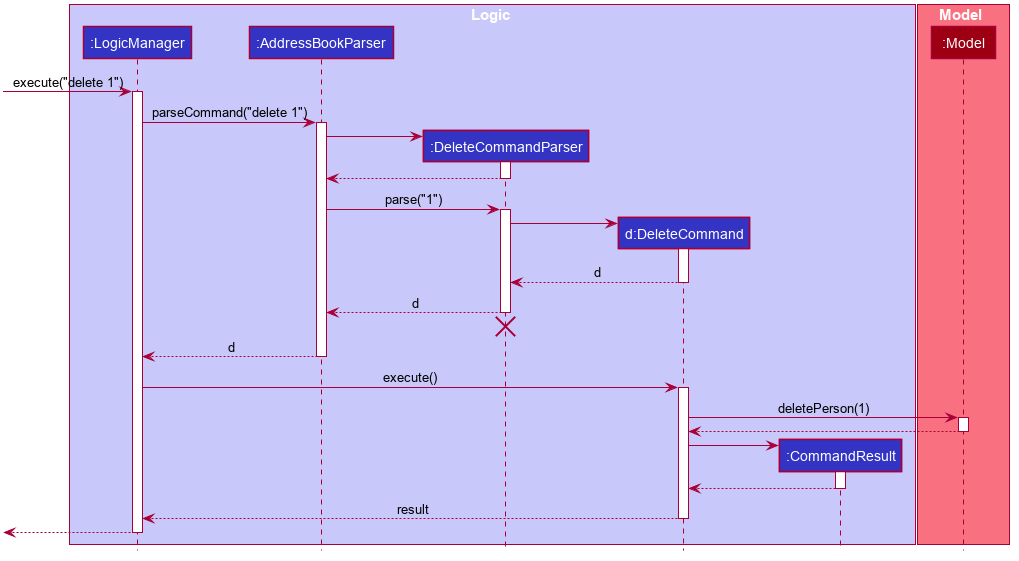
Before: docs/images/DeleteSequenceDiagram.png, a diagram exported from PlantUML (nus-cs2103-AY2223S2/tp).
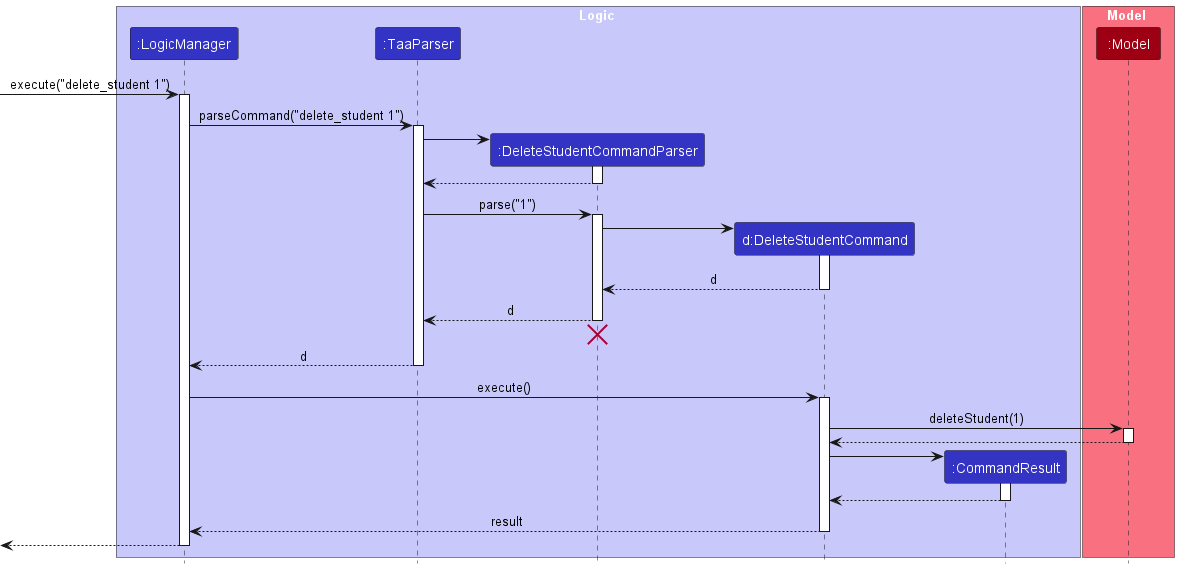
Above is the later version.

What changed in the source:
```diff
@@ -1,114 +1,67 @@
 @startuml
+!include style.puml
 
-
-
-
-
-
-
-
-skinparam BackgroundColor #FFFFFFF
-
-skinparam Shadowing false
-
-skinparam Class {
-    FontColor #FFFFFF
-    BorderThickness 1
-    BorderColor #FFFFFF
-    StereotypeFontColor #FFFFFF
-    FontName Arial
-}
-
-skinparam Actor {
-    BorderColor #000000
-    Color #000000
-    FontName Arial
-}
-
-skinparam Sequence {
-    MessageAlign center
-    BoxFontSize 15
-    BoxPadding 0
-    BoxFontColor #FFFFFF
-    FontName Arial
-}
-
-skinparam Participant {
-    FontColor #FFFFFFF
-    Padding 20
-}
-
-skinparam MinClassWidth 50
-skinparam ParticipantPadding 10
-skinparam Shadowing false
-skinparam DefaultTextAlignment center
-skinparam packageStyle Rectangle
-
-hide footbox
-hide members
-hide circle
-
-box Logic #C8C8FA
-participant ":LogicManager" as LogicManager #3333C4
-participant ":AddressBookParser" as AddressBookParser #3333C4
-participant ":DeleteCommandParser" as DeleteCommandParser #3333C4
-participant "d:DeleteCommand" as DeleteCommand #3333C4
-participant ":CommandResult" as CommandResult #3333C4
+box Logic LOGIC_COLOR_T1
+participant ":LogicManager" as LogicManager LOGIC_COLOR
+participant ":TaaParser" as TaaParser LOGIC_COLOR
+participant ":DeleteStudentCommandParser" as DeleteStudentCommandParser LOGIC_COLOR
+participant "d:DeleteStudentCommand" as DeleteStudentCommand LOGIC_COLOR
+participant ":CommandResult" as CommandResult LOGIC_COLOR
 end box
 
-box Model #F97181
-participant ":Model" as Model #9D0012
+box Model MODEL_COLOR_T1
+participant ":Model" as Model MODEL_COLOR
 end box
 
-[-> LogicManager : execute("delete 1")
+[-> LogicManager : execute("delete_student 1")
 activate LogicManager
 
-LogicManager -> AddressBookParser : parseCommand("delete 1")
-activate AddressBookParser
+LogicManager -> TaaParser : parseCommand("delete_student 1")
+activate TaaParser
 
-create DeleteCommandParser
-AddressBookParser -> DeleteCommandParser
-activate DeleteCommandParser
+create DeleteStudentCommandParser
+TaaParser -> DeleteStudentCommandParser
+activate DeleteStudentCommandParser
 
-DeleteCommandParser --> AddressBookParser
-deactivate DeleteCommandParser
+DeleteStudentCommandParser --> TaaParser
+deactivate DeleteStudentCommandParser
 
-AddressBookParser -> DeleteCommandParser : parse("1")
-activate DeleteCommandParser
+TaaParser -> DeleteStudentCommandParser : parse("1")
+activate DeleteStudentCommandParser
 
-create DeleteCommand
-DeleteCommandParser -> DeleteCommand
-activate DeleteCommand
+create DeleteStudentCommand
+DeleteStudentCommandParser -> DeleteStudentCommand
+activate DeleteStudentCommand
 
-DeleteCommand --> DeleteCommandParser : d
-deactivate DeleteCommand
+DeleteStudentCommand --> DeleteStudentCommandParser : d
+deactivate DeleteStudentCommand
 
-DeleteCommandParser --> AddressBookParser : d
-deactivate DeleteCommandParser
-DeleteCommandParser -[hidden]-> AddressBookParser
-destroy DeleteCommandParser
+DeleteStudentCommandParser --> TaaParser : d
+deactivate DeleteStudentCommandParser
+DeleteStudentCommandParser -[hidden]-> TaaParser
+destroy DeleteStudentCommandParser
 
-AddressBookParser --> LogicManager : d
-deactivate AddressBookParser
+TaaParser --> LogicManager : d
+deactivate TaaParser
 
-LogicManager -> DeleteCommand : execute()
-activate DeleteCommand
+LogicManager -> DeleteStudentCommand : execute()
+activate DeleteStudentCommand
 
-DeleteCommand -> Model : deletePerson(1)
+DeleteStudentCommand -> Model : deleteStudent(1)
 activate Model
 
-Model --> DeleteCommand
+Model --> DeleteStudentCommand
 deactivate Model
 
 create CommandResult
-DeleteCommand -> CommandResult
+DeleteStudentCommand -> CommandResult
 activate CommandResult
 
-CommandResult --> DeleteCommand
+CommandResult --> DeleteStudentCommand
 deactivate CommandResult
 
-DeleteCommand --> LogicManager : result
-deactivate DeleteCommand
+DeleteStudentCommand --> LogicManager : result
+deactivate DeleteStudentCommand
 
 [<--LogicManager
 deactivate LogicManager
```
